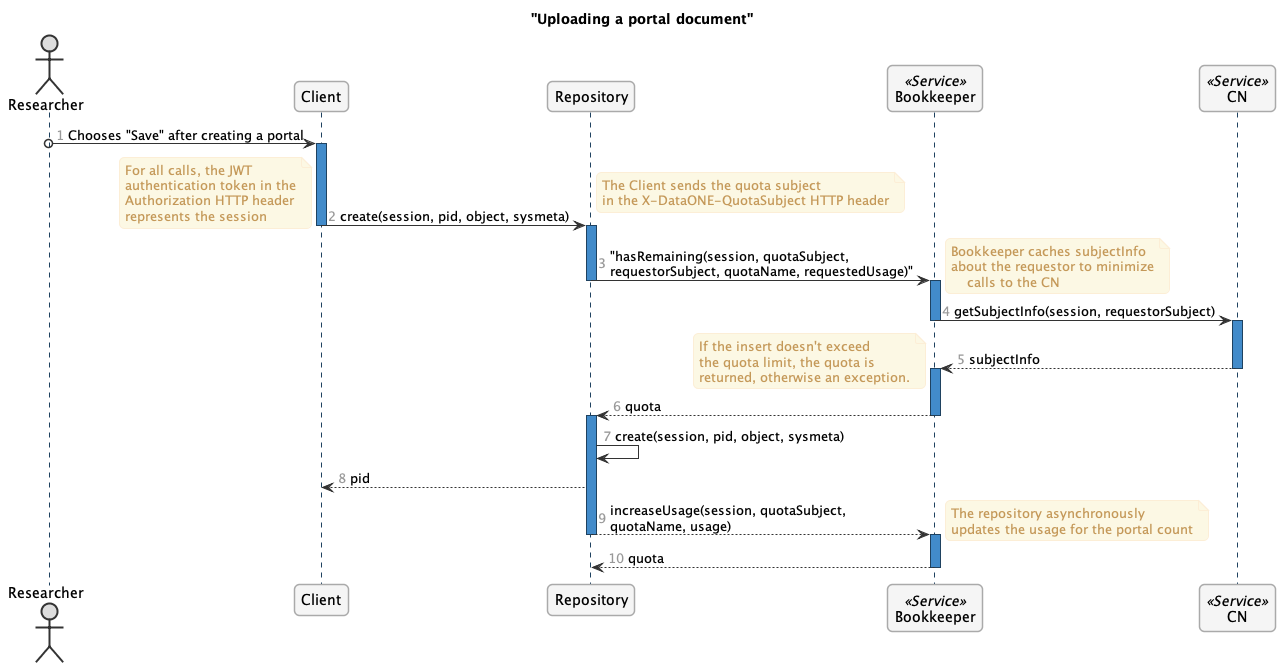
This is docs/images/create-portal.png from DataONEorg/bookkeeper, a PlantUML export, as it was before one commit. Its diagram source:
```plantuml
@startuml images/create-portal.png
skinparam shadowing false
skinparam roundcorner 10
skinparam linetype ortho

skinparam sequence {
  ArrowColor #1F4260
  LifeLineBorderColor #1F4260
  LifeLineBackgroundColor #428BCA
  ParticipantBorderColor #AAAAAA
  ParticipantBackgroundColor #F5F5F5
  ActorBackgroundColor #DDDDDD
  ActorBorderColor #333333
}

skinparam noteFontColor #C49858
skinparam note {
  BackgroundColor #FCF8E4
  BorderColor #FCEED6
}

skinparam class {
  BackgroundColor #F5F5F5
  BorderColor #333333
  ArrowColor #333333
}

skinparam packageFontColor #9DA0A4
skinparam package {
  BorderColor #CCCCCC
}

skinparam component {
    BackgroundColor #F5F5F5
    BorderColor #333333
    Style uml2
}

skinparam interface {
    BackgroundColor #F5F5F5
    BorderColor #333333
}

autonumber "<font color=999999>"
title "Uploading a portal document"
actor Researcher
participant Client
participant Repository
participant Bookkeeper <<Service>>
participant "CN" <<Service>>

Researcher o-> Client : Chooses "Save" after creating a portal

activate Client
    Client -> Repository : create(session, pid, object, sysmeta)
deactivate Client

activate Repository
    note left
        For all calls, the JWT
        authentication token in the
        Authorization HTTP header
        represents the session
    end note
    note right
        The Client sends the quota subject
        in the X-DataONE-QuotaSubject HTTP header
    end note

    Repository -> Bookkeeper : "hasRemaining(session, quotaSubject, \nrequestorSubject, quotaName, requestedUsage)"
deactivate Repository

activate Bookkeeper
    note right
        Bookkeeper caches subjectInfo
        about the requestor to minimize
            calls to the CN
    end note
    Bookkeeper -> CN : getSubjectInfo(session, requestorSubject)
deactivate Bookkeeper

activate CN
    CN --> Bookkeeper: subjectInfo
deactivate CN

activate Bookkeeper
    note left
        If the insert doesn't exceed
        the quota limit, the quota is
        returned, otherwise an exception.
    end note
    Bookkeeper --> Repository : quota
deactivate Bookkeeper

activate Repository
    Repository -> Repository : create(session, pid, object, sysmeta)
    Repository --> Client : pid
    Repository --> Bookkeeper : increaseUsage(session, quotaSubject,\nquotaName, usage)
deactivate Repository

activate Bookkeeper
    note right
        The repository asynchronously
        updates the usage for the portal count
    end note
    Bookkeeper --> Repository : quota
deactivate Bookkeeper

@enduml
```
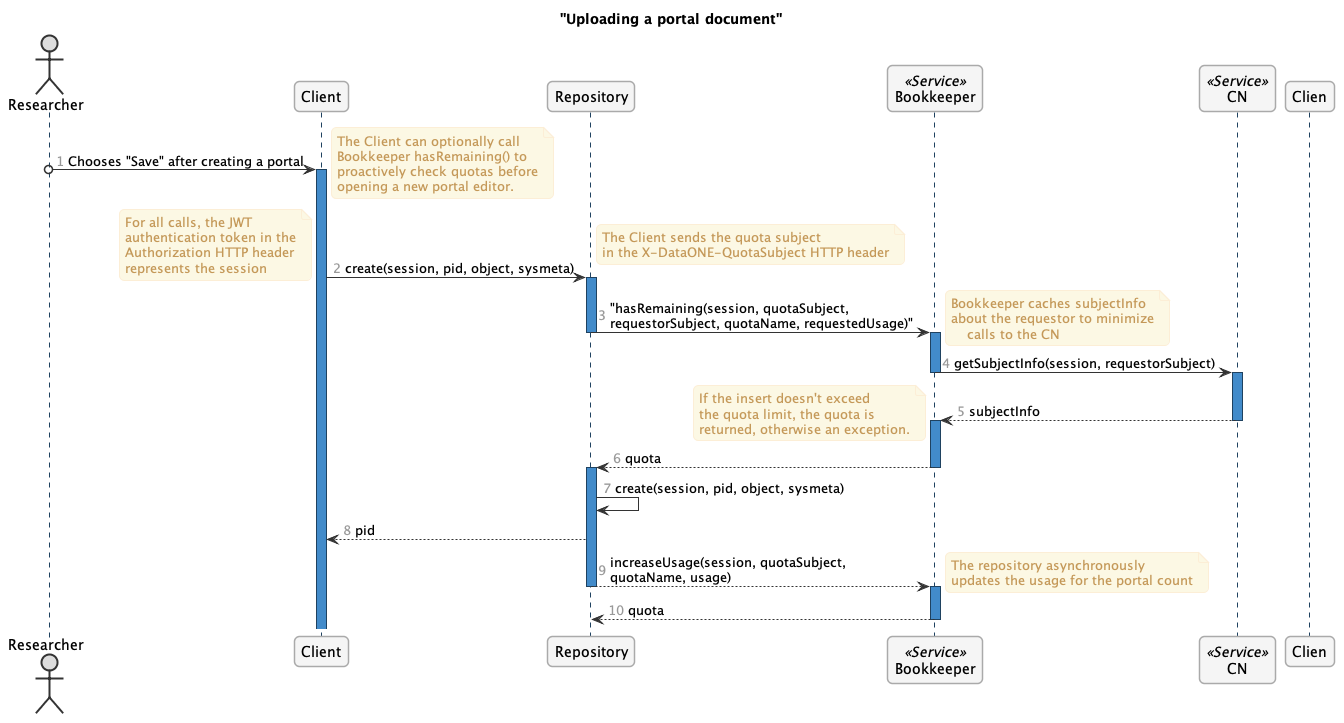
The same diagram one commit later.

Commit message:
Minor sequence diagram change.

Change to the diagram source:
```diff
@@ -1,4 +1,4 @@
-@startuml images/create-portal.png
+@startuml ./docs/images/create-portal.png
 skinparam shadowing false
 skinparam roundcorner 10
 skinparam linetype ortho
@@ -51,9 +51,16 @@
 
 Researcher o-> Client : Chooses "Save" after creating a portal
 
+note right
+    The Client can optionally call
+    Bookkeeper hasRemaining() to
+    proactively check quotas before
+    opening a new portal editor.
+end note
+
 activate Client
     Client -> Repository : create(session, pid, object, sysmeta)
-deactivate Client
+deactivate Clien
 
 activate Repository
     note left
```
